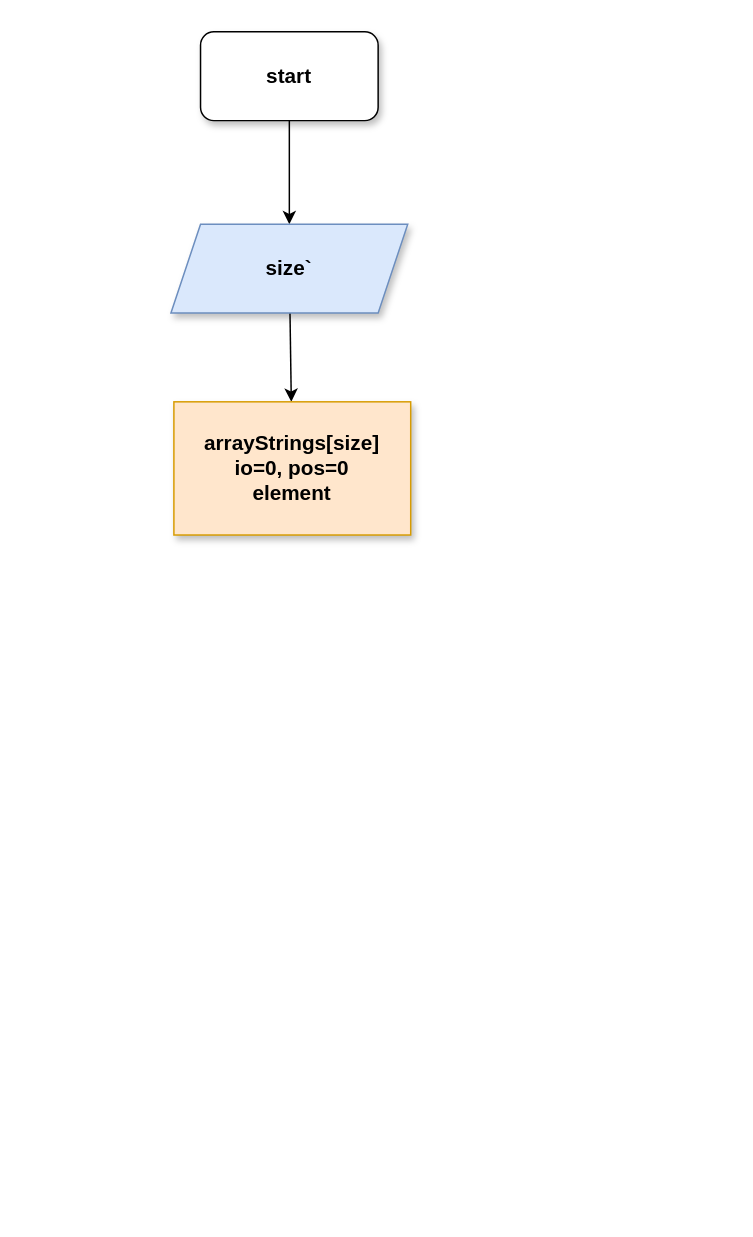
shutnik42/ControlWork1 keeps this draw.io diagram as work.drawio. Above is the earlier version. Source tidied: cells renumbered, new cells numbered last; positions are measured from the earlier drawing's top-left corner, leaving out a move shared by most shapes. Both pictures are drawn from the tidied source at 148%, with x=0, y=0 at pixel (170, 31).
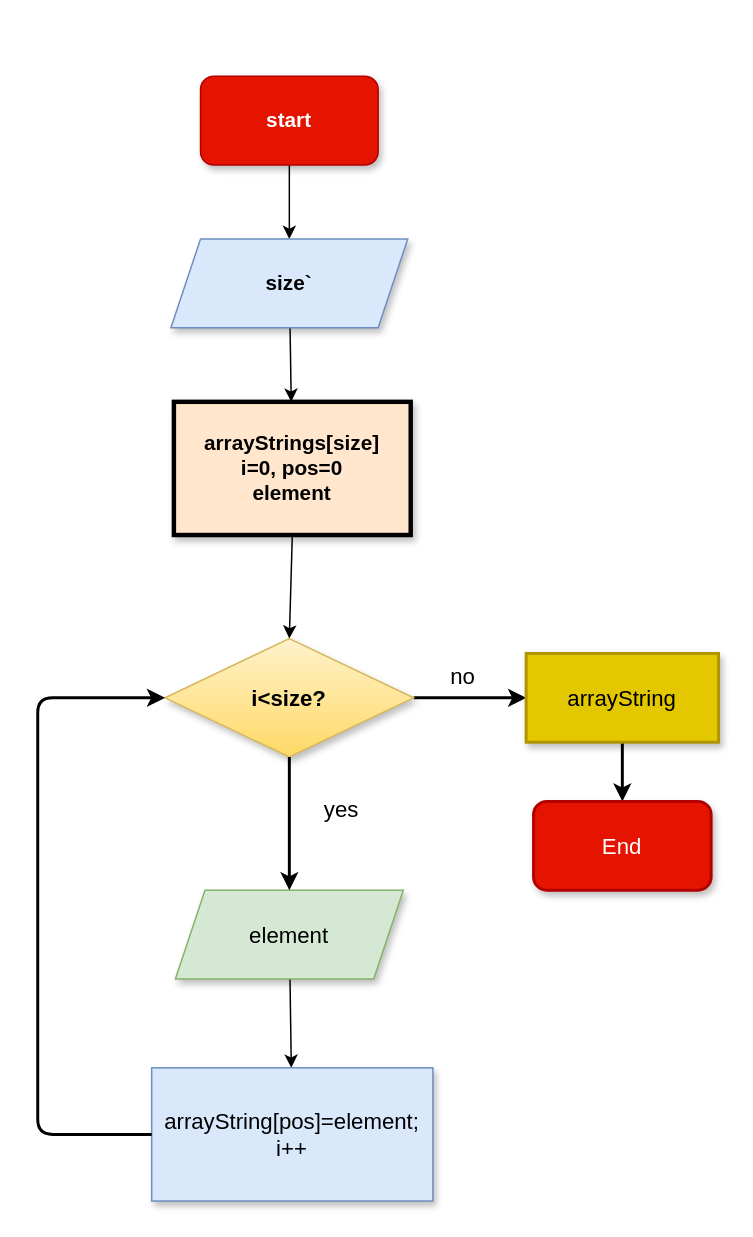
The same diagram, later.

Commit message:
finish diag

Change to the diagram source:
```diff
@@
-    <mxCell id="3" value="&lt;font style=&quot;font-size: 14px;&quot;&gt;&lt;b&gt;start&lt;/b&gt;&lt;/font&gt;" style="rounded=1;whiteSpace=wrap;html=1;shadow=1;" parent="1" vertex="1">
-      <mxGeometry x="20" width="120" height="60" as="geometry" />
+    <mxCell id="3" value="&lt;font style=&quot;font-size: 14px;&quot;&gt;&lt;b&gt;start&lt;/b&gt;&lt;/font&gt;" style="rounded=1;whiteSpace=wrap;html=1;shadow=1;fillColor=#e51400;fontColor=#ffffff;strokeColor=#B20000;" parent="1" vertex="1">
+      <mxGeometry x="20" y="30" width="120" height="60" as="geometry" />
     </mxCell>
@@
     <mxCell id="5" value="&lt;b&gt;size`&lt;/b&gt;" style="shape=parallelogram;perimeter=parallelogramPerimeter;whiteSpace=wrap;html=1;fixedSize=1;fontSize=14;fillColor=#dae8fc;strokeColor=#6c8ebf;shadow=1;" parent="1" vertex="1">
-      <mxGeometry y="130" width="160" height="60" as="geometry" />
+      <mxGeometry y="140" width="160" height="60" as="geometry" />
     </mxCell>
-    <mxCell id="6" value="&lt;b&gt;arrayStrings[size]&lt;br&gt;io=0, pos=0&lt;br&gt;element&lt;/b&gt;" style="rounded=0;whiteSpace=wrap;html=1;fontSize=14;fillColor=#ffe6cc;strokeColor=#d79b00;shadow=1;" parent="1" vertex="1">
+    <mxCell id="6" value="&lt;b&gt;arrayStrings[size]&lt;br&gt;i=0, pos=0&lt;br&gt;element&lt;/b&gt;" style="rounded=0;whiteSpace=wrap;html=1;fontSize=14;fillColor=#ffe6cc;strokeColor=#000000;shadow=1;strokeWidth=3;" parent="1" vertex="1">
       <mxGeometry x="2" y="250" width="160" height="90" as="geometry" />
     </mxCell>
+    <mxCell id="7" style="edgeStyle=none;html=1;strokeWidth=2;fontSize=15;" parent="1" edge="1" source="8" target="17">
+      <mxGeometry relative="1" as="geometry" />
+    </mxCell>
+    <mxCell id="8" value="&lt;b&gt;&lt;font style=&quot;font-size: 15px;&quot;&gt;i&amp;lt;size?&lt;/font&gt;&lt;/b&gt;" style="rhombus;whiteSpace=wrap;html=1;shadow=1;fontSize=14;fillColor=#fff2cc;gradientColor=#ffd966;strokeColor=#d6b656;" parent="1" vertex="1">
+      <mxGeometry x="-4" y="410" width="168" height="80" as="geometry" />
+    </mxCell>
+    <mxCell id="9" style="endArrow=classic;html=1;fontSize=15;exitX=0.5;exitY=1;exitDx=0;exitDy=0;entryX=0.5;entryY=0;entryDx=0;entryDy=0;" parent="1" edge="1" source="6" target="8">
+      <mxGeometry relative="1" as="geometry" />
+    </mxCell>
+    <mxCell id="10" style="edgeStyle=none;html=1;fontSize=15;" parent="1" edge="1" source="11" target="13">
+      <mxGeometry relative="1" as="geometry" />
+    </mxCell>
+    <mxCell id="11" value="element" style="shape=parallelogram;perimeter=parallelogramPerimeter;whiteSpace=wrap;html=1;fixedSize=1;shadow=1;strokeColor=#82b366;strokeWidth=1;fontSize=15;fillColor=#d5e8d4;" parent="1" vertex="1">
+      <mxGeometry x="3" y="580" width="154" height="60" as="geometry" />
+    </mxCell>
+    <mxCell id="12" style="endArrow=classic;html=1;fontSize=15;exitX=0.5;exitY=1;exitDx=0;exitDy=0;entryX=0.5;entryY=0;entryDx=0;entryDy=0;strokeWidth=2;" parent="1" edge="1" source="8" target="11">
+      <mxGeometry relative="1" as="geometry" />
+    </mxCell>
+    <mxCell id="13" value="arrayString[pos]=element;&lt;br&gt;i++" style="rounded=0;whiteSpace=wrap;html=1;shadow=1;strokeColor=#6c8ebf;strokeWidth=1;fontSize=15;fillColor=#dae8fc;" parent="1" vertex="1">
+      <mxGeometry x="-13" y="700" width="190" height="90" as="geometry" />
+    </mxCell>
+    <mxCell id="14" value="yes" style="text;html=1;align=center;verticalAlign=middle;strokeColor=none;fillColor=none;fontSize=15;" parent="1" vertex="1">
+      <mxGeometry x="90" y="510" width="50" height="30" as="geometry" />
+    </mxCell>
+    <mxCell id="15" style="endArrow=classic;html=1;fontSize=15;exitX=0;exitY=0.5;exitDx=0;exitDy=0;entryX=0;entryY=0.5;entryDx=0;entryDy=0;strokeWidth=2;" parent="1" edge="1" source="13" target="8">
+      <mxGeometry relative="1" as="geometry">
+        <Array as="points">
+          <mxPoint x="-90" y="745" />
+          <mxPoint x="-90" y="450" />
+        </Array>
+      </mxGeometry>
+    </mxCell>
+    <mxCell id="16" style="edgeStyle=none;html=1;strokeWidth=2;fontSize=15;" parent="1" edge="1" source="17" target="19">
+      <mxGeometry relative="1" as="geometry" />
+    </mxCell>
+    <mxCell id="17" value="arrayString" style="rounded=0;whiteSpace=wrap;html=1;shadow=1;strokeColor=#B09500;strokeWidth=2;fontSize=15;fillColor=#e3c800;fontColor=#000000;" parent="1" vertex="1">
+      <mxGeometry x="240" y="420" width="130" height="60" as="geometry" />
+    </mxCell>
+    <mxCell id="18" value="no" style="text;html=1;align=center;verticalAlign=middle;strokeColor=none;fillColor=none;fontSize=15;" parent="1" vertex="1">
+      <mxGeometry x="177" y="420" width="40" height="30" as="geometry" />
+    </mxCell>
+    <mxCell id="19" value="End" style="rounded=1;whiteSpace=wrap;html=1;shadow=1;strokeColor=#B20000;strokeWidth=2;fontSize=15;fillColor=#e51400;fontColor=#ffffff;" parent="1" vertex="1">
+      <mxGeometry x="245" y="520" width="120" height="60" as="geometry" />
+    </mxCell>
```
